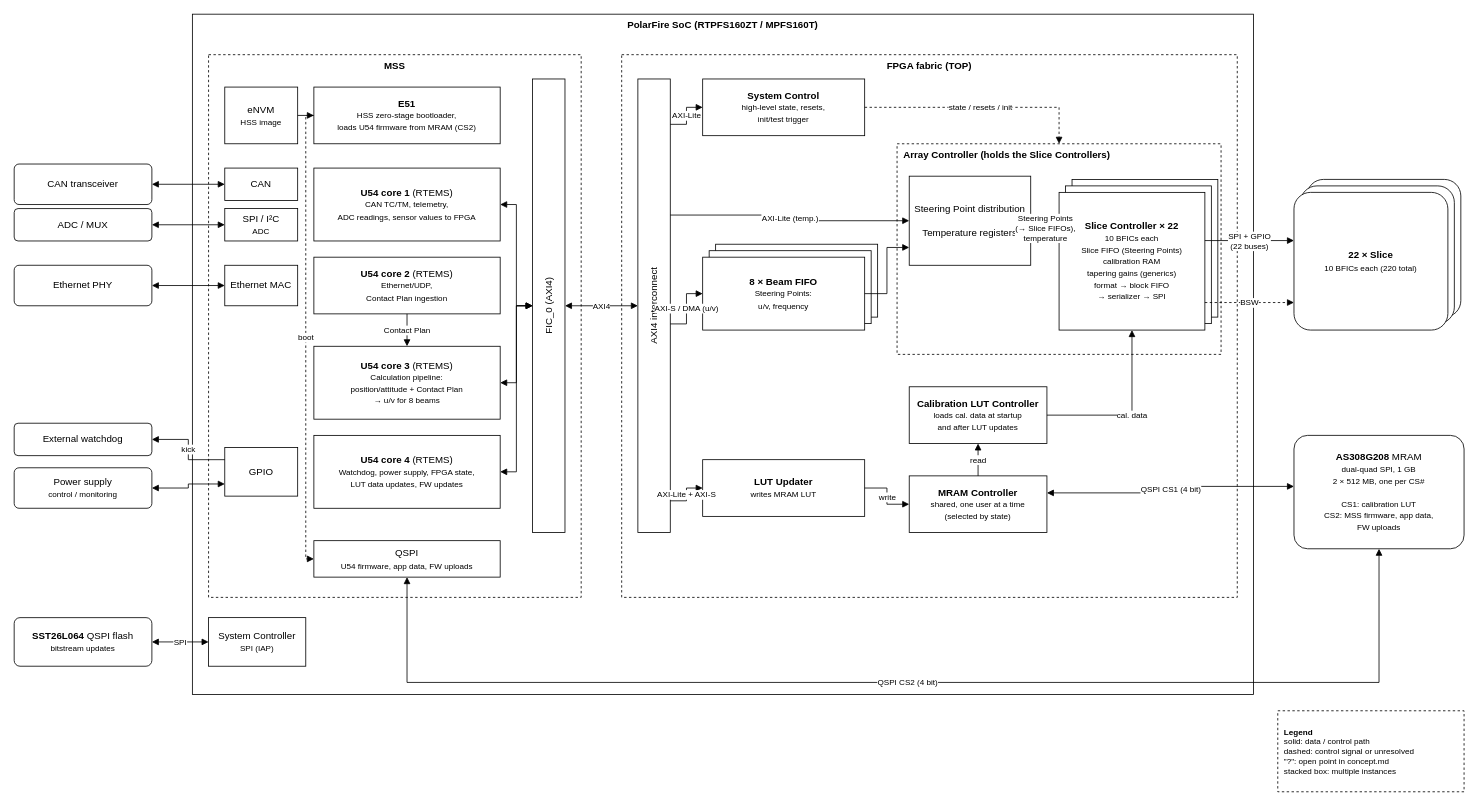
Before: documentation/concept_top_level.drawio in jenswilly/polarfire_simple, a draw.io diagram. Source tidied: cells renumbered, new cells numbered last; positions are measured from the earlier drawing's top-left corner, leaving out a move shared by most shapes. Both pictures are drawn from the tidied source at 81%, with x=0, y=0 at pixel (14, 14).
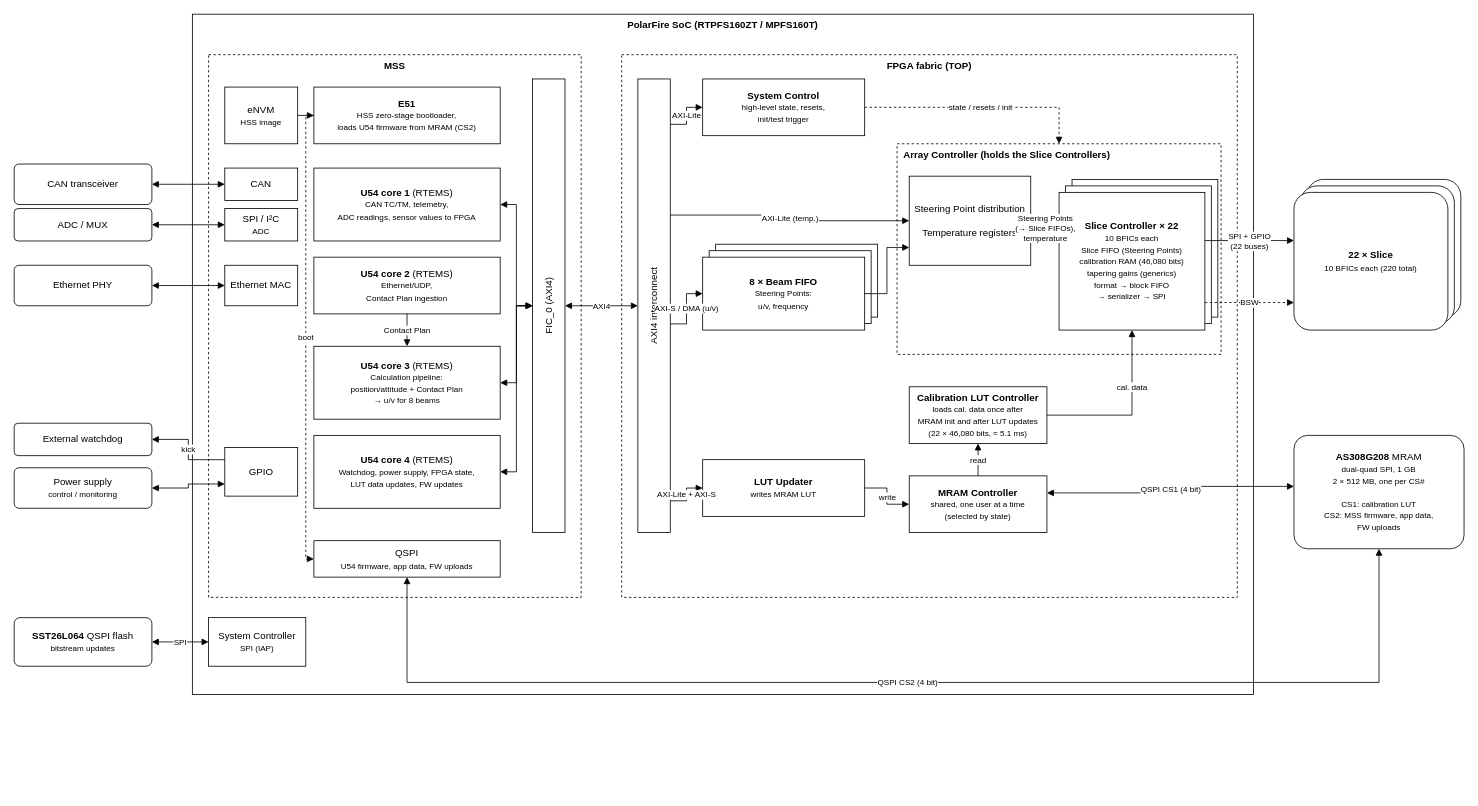
The same page after the edit.

Diff of the diagram source:
```diff
@@
-    <mxCell id="28" value="&lt;b&gt;Slice Controller × 22&lt;/b&gt;&lt;br&gt;&lt;font style=&quot;font-size: 10px;&quot;&gt;10 BFICs each&lt;br&gt;Slice FIFO (Steering Points)&lt;br&gt;calibration RAM&lt;br&gt;tapering gains (generics)&lt;br&gt;format → block FIFO&lt;br&gt;→ serializer → SPI&lt;/font&gt;" style="rounded=0;whiteSpace=wrap;html=1;fillColor=default;" parent="1" vertex="1">
+    <mxCell id="28" value="&lt;b&gt;Slice Controller × 22&lt;/b&gt;&lt;br&gt;&lt;font style=&quot;font-size: 10px;&quot;&gt;10 BFICs each&lt;br&gt;Slice FIFO (Steering Points)&lt;br&gt;calibration RAM (46,080 bits)&lt;br&gt;tapering gains (generics)&lt;br&gt;format → block FIFO&lt;br&gt;→ serializer → SPI&lt;/font&gt;" style="rounded=0;whiteSpace=wrap;html=1;fillColor=default;" parent="1" vertex="1">
       <mxGeometry x="1290" y="220" width="180" height="170" as="geometry" />
     </mxCell>
-    <mxCell id="29" value="&lt;b&gt;Calibration LUT Controller&lt;/b&gt;&lt;br&gt;&lt;font style=&quot;font-size: 10px;&quot;&gt;loads cal. data at startup&lt;br&gt;and after LUT updates&lt;/font&gt;" style="rounded=0;whiteSpace=wrap;html=1;fillColor=default;" parent="1" vertex="1">
+    <mxCell id="29" value="&lt;b&gt;Calibration LUT Controller&lt;/b&gt;&lt;br&gt;&lt;font style=&quot;font-size: 10px;&quot;&gt;loads cal. data once after&lt;br&gt;MRAM init and after LUT updates&lt;br&gt;(22 × 46,080 bits, ≈ 5.1 ms)&lt;/font&gt;" style="rounded=0;whiteSpace=wrap;html=1;fillColor=default;" parent="1" vertex="1">
       <mxGeometry x="1105" y="460" width="170" height="70" as="geometry" />
     </mxCell>
@@
     <mxCell id="61" value="cal. data" style="edgeStyle=orthogonalEdgeStyle;rounded=0;html=1;endArrow=block;endFill=1;labelBackgroundColor=default;fontSize=10;exitX=1;exitY=0.5;exitDx=0;exitDy=0;entryX=0.5;entryY=1;entryDx=0;entryDy=0;" parent="1" edge="1" source="29" target="28">
-      <mxGeometry relative="1" as="geometry" />
+      <mxGeometry x="0.33" relative="1" as="geometry" />
     </mxCell>
@@
-    <mxCell id="68" value="&lt;div style=&quot;text-align:left;font-size:10px;&quot;&gt;&lt;b&gt;Legend&lt;/b&gt;&lt;br&gt;solid: data / control path&lt;br&gt;dashed: control signal or unresolved&lt;br&gt;&quot;?&quot;: open point in concept.md&lt;br&gt;stacked box: multiple instances&lt;/div&gt;" style="rounded=0;whiteSpace=wrap;html=1;fillColor=none;dashed=1;align=left;spacingLeft=6;" parent="1" vertex="1">
-      <mxGeometry x="1560" y="860" width="230" height="100" as="geometry" />
-    </mxCell>
```
